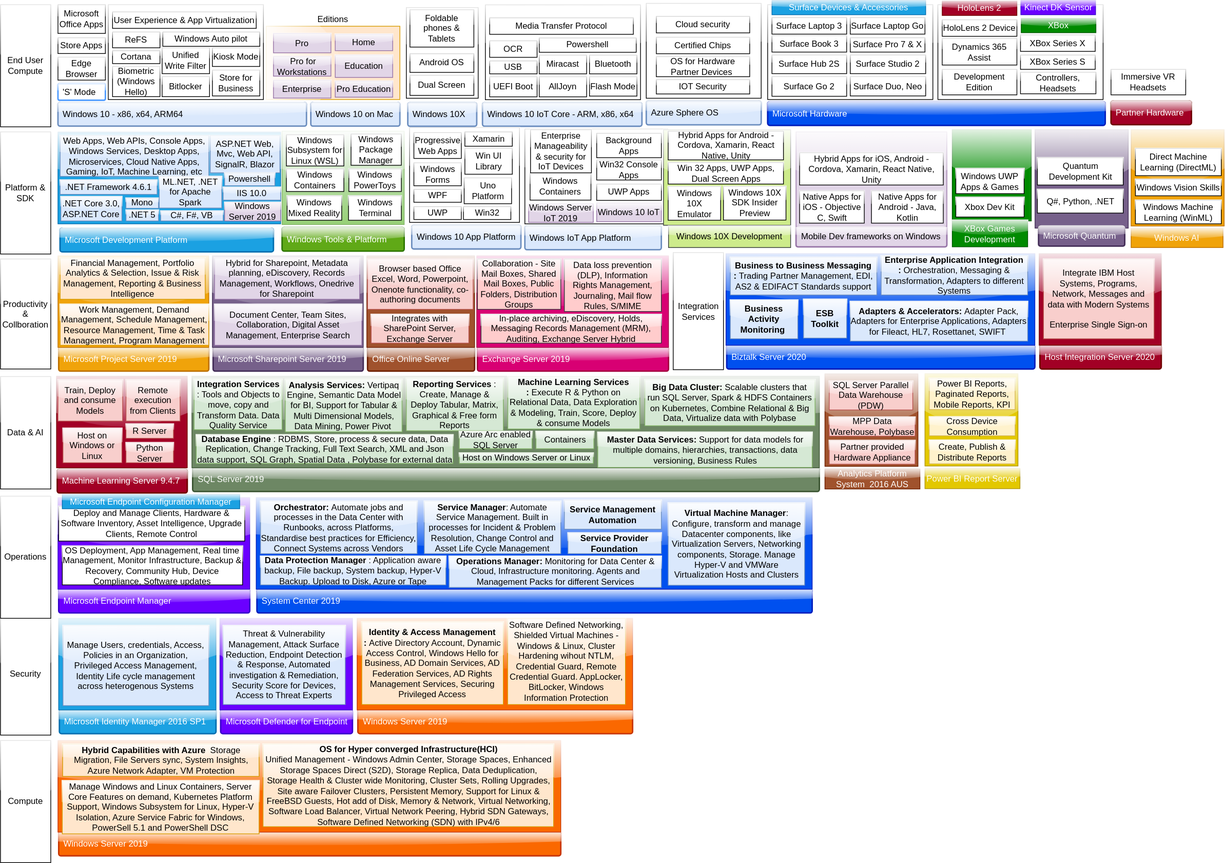
Above: MicrosoftOfferings.svg in ssrikantan/Microsoft-Product-Offerings (draw.io), before the change. Source tidied: cells renumbered, new cells last; positions are measured from the earlier drawing's top-left corner, leaving out a move shared by most shapes.
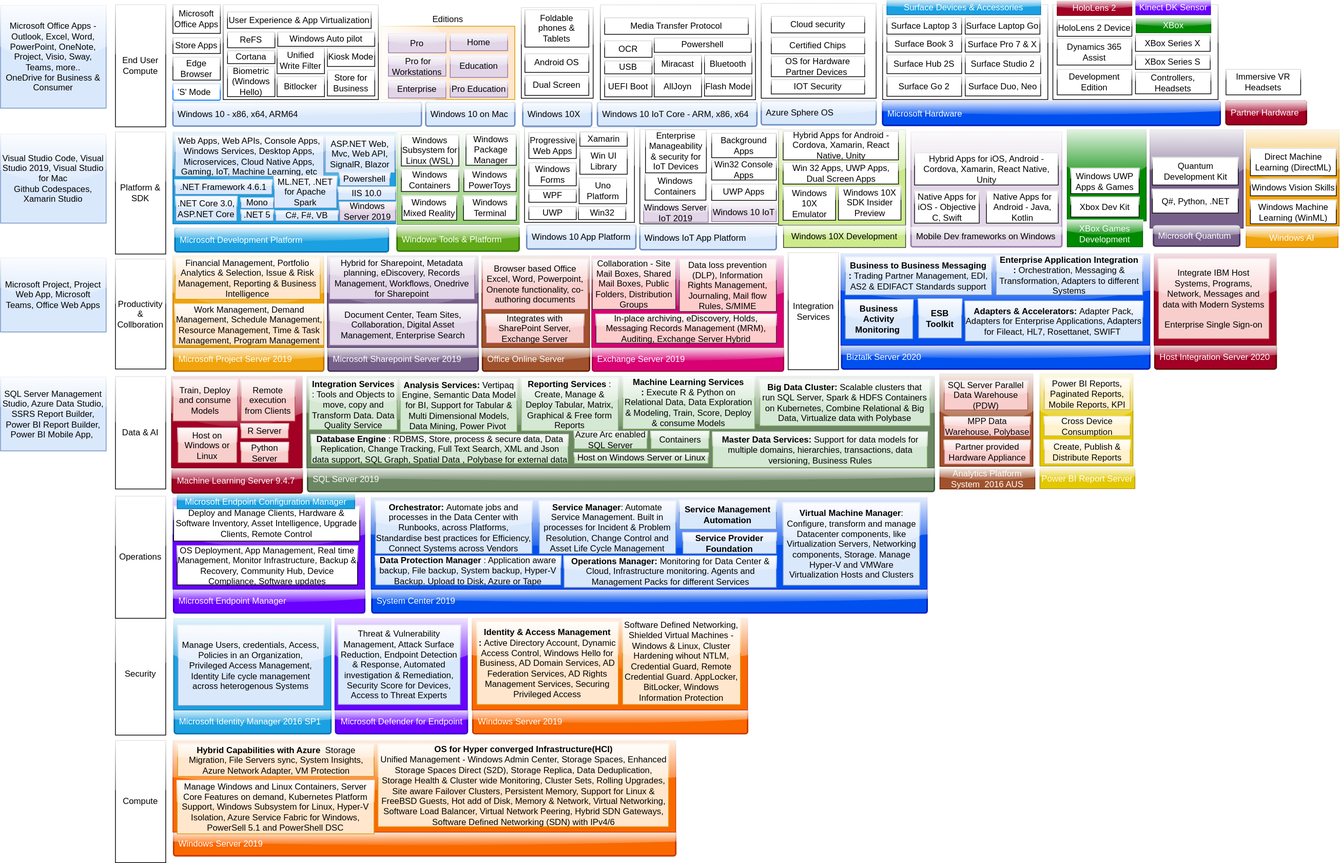
The same diagram one commit later.

Diff of the diagram source:
```diff
@@ -677,5 +677,17 @@
     <mxCell id="226" value="OS for Hyper converged Infrastructure(HCI)&lt;br&gt;&lt;span style=&quot;font-weight: normal&quot;&gt;Unified Management - Windows Admin Center, Storage Spaces, Enhanced Storage Spaces Direct (S2D), Storage Replica, Data Deduplication, Storage Health &amp;amp; Cluster wide Monitoring, Cluster Sets, Rolling Upgrades, Site aware Failover Clusters, Persistent Memory, Support for Linux &amp;amp; FreeBSD Guests, Hot add of Disk, Memory &amp;amp; Network, Virtual Networking, Software Load Balancer, Virtual Network Peering, Hybrid SDN Gateways, Software Defined Networking (SDN) with IPv4/6&lt;/span&gt;" style="rounded=0;whiteSpace=wrap;html=1;glass=1;fillColor=#ffe6cc;strokeColor=#d79b00;fontStyle=1;" parent="1" vertex="1">
       <mxGeometry x="365.5" y="1035" width="404.5" height="115" as="geometry" />
     </mxCell>
+    <mxCell id="227" value="Microsoft Office Apps - Outlook, Excel, Word, PowerPoint, OneNote, Project, Visio, Sway, Teams, more..&lt;br&gt;OneDrive for Business &amp;amp; Consumer" style="rounded=0;whiteSpace=wrap;html=1;glass=1;fillColor=#dae8fc;strokeColor=#6c8ebf;" parent="1" vertex="1">
+      <mxGeometry x="-160" y="7" width="147" height="143" as="geometry" />
+    </mxCell>
+    <mxCell id="228" value="Visual Studio Code, Visual Studio 2019, Visual Studio for Mac&lt;br&gt;Github Codespaces, Xamarin Studio" style="rounded=0;whiteSpace=wrap;html=1;glass=1;fillColor=#dae8fc;strokeColor=#6c8ebf;" parent="1" vertex="1">
+      <mxGeometry x="-160" y="186" width="147" height="124" as="geometry" />
+    </mxCell>
+    <mxCell id="229" value="Microsoft Project, Project Web App, Microsoft Teams, Office Web Apps" style="rounded=0;whiteSpace=wrap;html=1;glass=1;fillColor=#dae8fc;strokeColor=#6c8ebf;" parent="1" vertex="1">
+      <mxGeometry x="-160" y="358.5" width="147" height="103" as="geometry" />
+    </mxCell>
+    <mxCell id="230" value="SQL Server Management Studio, Azure Data Studio, SSRS Report Builder, Power BI Report Builder, Power BI Mobile App,&amp;nbsp;" style="rounded=0;whiteSpace=wrap;html=1;glass=1;fillColor=#dae8fc;strokeColor=#6c8ebf;" parent="1" vertex="1">
+      <mxGeometry x="-160" y="524" width="147" height="103" as="geometry" />
+    </mxCell>
   </root>
 </mxGraphModel>
```
